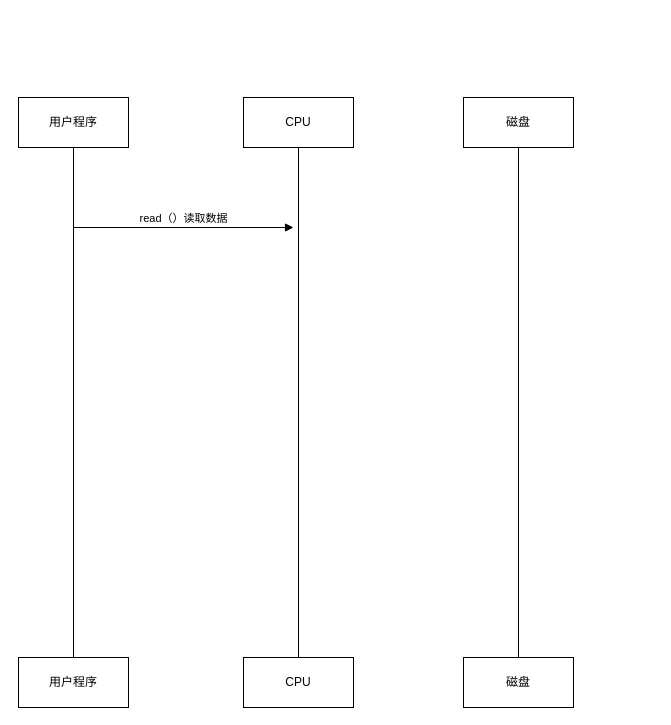
Earlier version of the draw.io diagram 本地磁盘读写IO时序图.drawio (ChengziMao/diagrams). Source tidied: cells renumbered, new cells numbered last; positions are measured from the earlier drawing's top-left corner, leaving out a move shared by most shapes. Both pictures are drawn from the tidied source at 100%, with x=0, y=0 at pixel (18, 97).
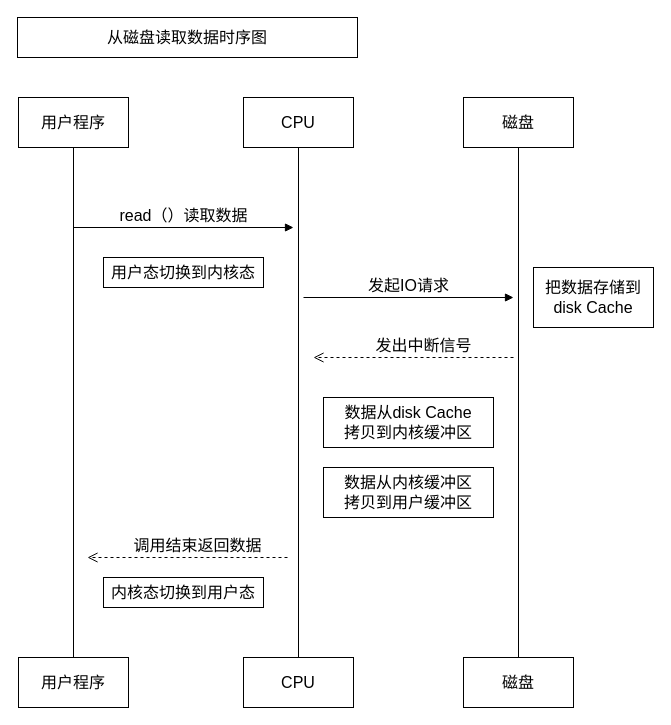
The same page after the edit.

Commit message (it also covers changes not shown here):
更新本地磁盘读写IO时序图.drawio

Diff of the diagram source:
```diff
@@
-    <mxCell id="2" value="用户程序" style="html=1;whiteSpace=wrap;" parent="1" vertex="1">
+    <mxCell id="2" value="用户程序" style="html=1;whiteSpace=wrap;fontSize=16;" parent="1" vertex="1">
       <mxGeometry width="110" height="50" as="geometry" />
     </mxCell>
-    <mxCell id="3" style="endArrow=none;html=1;rounded=0;entryX=0.5;entryY=1;entryDx=0;entryDy=0;" parent="1" edge="1" target="2">
+    <mxCell id="3" style="endArrow=none;html=1;rounded=0;entryX=0.5;entryY=1;entryDx=0;entryDy=0;fontSize=16;" parent="1" edge="1" target="2">
       <mxGeometry relative="1" as="geometry">
         <mxPoint x="55" y="560" as="sourcePoint" />
       </mxGeometry>
     </mxCell>
-    <mxCell id="4" value="用户程序" style="html=1;whiteSpace=wrap;" parent="1" vertex="1">
+    <mxCell id="4" value="用户程序" style="html=1;whiteSpace=wrap;fontSize=16;" parent="1" vertex="1">
       <mxGeometry y="560" width="110" height="50" as="geometry" />
     </mxCell>
-    <mxCell id="5" value="CPU" style="html=1;whiteSpace=wrap;" parent="1" vertex="1">
+    <mxCell id="5" value="CPU" style="html=1;whiteSpace=wrap;fontSize=16;" parent="1" vertex="1">
       <mxGeometry x="225" width="110" height="50" as="geometry" />
     </mxCell>
-    <mxCell id="6" style="endArrow=none;html=1;rounded=0;entryX=0.5;entryY=1;entryDx=0;entryDy=0;" parent="1" edge="1" target="5">
+    <mxCell id="6" style="endArrow=none;html=1;rounded=0;entryX=0.5;entryY=1;entryDx=0;entryDy=0;fontSize=16;" parent="1" edge="1" target="5">
       <mxGeometry relative="1" as="geometry">
         <mxPoint x="280" y="560" as="sourcePoint" />
       </mxGeometry>
     </mxCell>
-    <mxCell id="7" value="CPU" style="html=1;whiteSpace=wrap;" parent="1" vertex="1">
+    <mxCell id="7" value="CPU" style="html=1;whiteSpace=wrap;fontSize=16;" parent="1" vertex="1">
       <mxGeometry x="225" y="560" width="110" height="50" as="geometry" />
     </mxCell>
-    <mxCell id="8" value="磁盘" style="html=1;whiteSpace=wrap;" parent="1" vertex="1">
+    <mxCell id="8" value="磁盘" style="html=1;whiteSpace=wrap;fontSize=16;" parent="1" vertex="1">
       <mxGeometry x="445" width="110" height="50" as="geometry" />
     </mxCell>
-    <mxCell id="9" style="endArrow=none;html=1;rounded=0;entryX=0.5;entryY=1;entryDx=0;entryDy=0;" parent="1" edge="1" target="8">
+    <mxCell id="9" style="endArrow=none;html=1;rounded=0;entryX=0.5;entryY=1;entryDx=0;entryDy=0;fontSize=16;" parent="1" edge="1" target="8">
       <mxGeometry relative="1" as="geometry">
         <mxPoint x="500" y="560" as="sourcePoint" />
       </mxGeometry>
     </mxCell>
-    <mxCell id="10" value="磁盘" style="html=1;whiteSpace=wrap;" parent="1" vertex="1">
+    <mxCell id="10" value="磁盘" style="html=1;whiteSpace=wrap;fontSize=16;" parent="1" vertex="1">
       <mxGeometry x="445" y="560" width="110" height="50" as="geometry" />
     </mxCell>
-    <mxCell id="11" value="read（）读取数据" style="html=1;verticalAlign=bottom;endArrow=block;curved=0;rounded=0;" parent="1" edge="1">
+    <mxCell id="11" value="read（）读取数据" style="html=1;verticalAlign=bottom;endArrow=block;curved=0;rounded=0;fontSize=16;" parent="1" edge="1">
       <mxGeometry relative="1" as="geometry">
         <mxPoint x="55" y="130" as="sourcePoint" />
         <mxPoint x="275" y="130" as="targetPoint" />
       </mxGeometry>
     </mxCell>
+    <mxCell id="12" value="用户态切换到内核态" style="rounded=0;whiteSpace=wrap;html=1;fontSize=16;" parent="1" vertex="1">
+      <mxGeometry x="85" y="160" width="160" height="30" as="geometry" />
+    </mxCell>
+    <mxCell id="13" value="发起IO请求" style="html=1;verticalAlign=bottom;endArrow=block;curved=0;rounded=0;fontSize=16;" parent="1" edge="1">
+      <mxGeometry relative="1" as="geometry">
+        <mxPoint x="285" y="200" as="sourcePoint" />
+        <mxPoint x="495" y="200" as="targetPoint" />
+      </mxGeometry>
+    </mxCell>
+    <mxCell id="14" value="从磁盘读取数据时序图" style="rounded=0;whiteSpace=wrap;html=1;fontSize=16;" parent="1" vertex="1">
+      <mxGeometry x="-1" y="-80" width="340" height="40" as="geometry" />
+    </mxCell>
+    <mxCell id="15" value="把数据存储到&lt;div&gt;disk Cache&lt;/div&gt;" style="rounded=0;whiteSpace=wrap;html=1;fontSize=16;" parent="1" vertex="1">
+      <mxGeometry x="515" y="170" width="120" height="60" as="geometry" />
+    </mxCell>
+    <mxCell id="16" value="发出中断信号" style="html=1;verticalAlign=bottom;endArrow=open;dashed=1;endSize=8;curved=0;rounded=0;fontSize=16;" parent="1" edge="1">
+      <mxGeometry x="-0.1" relative="1" as="geometry">
+        <mxPoint x="495" y="260" as="sourcePoint" />
+        <mxPoint x="295" y="260" as="targetPoint" />
+      </mxGeometry>
+    </mxCell>
+    <mxCell id="17" value="数据从disk Cache&lt;div&gt;拷贝到内核缓冲区&lt;/div&gt;" style="rounded=0;whiteSpace=wrap;html=1;fontSize=16;" parent="1" vertex="1">
+      <mxGeometry x="305" y="300" width="170" height="50" as="geometry" />
+    </mxCell>
+    <mxCell id="18" value="数据从内核缓冲区&lt;div&gt;拷贝到用户缓冲区&lt;/div&gt;" style="rounded=0;whiteSpace=wrap;html=1;fontSize=16;" parent="1" vertex="1">
+      <mxGeometry x="305" y="370" width="170" height="50" as="geometry" />
+    </mxCell>
+    <mxCell id="19" value="调用结束返回数据" style="html=1;verticalAlign=bottom;endArrow=open;dashed=1;endSize=8;curved=0;rounded=0;fontSize=16;" parent="1" edge="1">
+      <mxGeometry x="-0.1" relative="1" as="geometry">
+        <mxPoint x="269" y="460" as="sourcePoint" />
+        <mxPoint x="69" y="460" as="targetPoint" />
+      </mxGeometry>
+    </mxCell>
+    <mxCell id="20" value="内核态切换到用户态" style="rounded=0;whiteSpace=wrap;html=1;fontSize=16;" parent="1" vertex="1">
+      <mxGeometry x="85" y="480" width="160" height="30" as="geometry" />
+    </mxCell>
```
